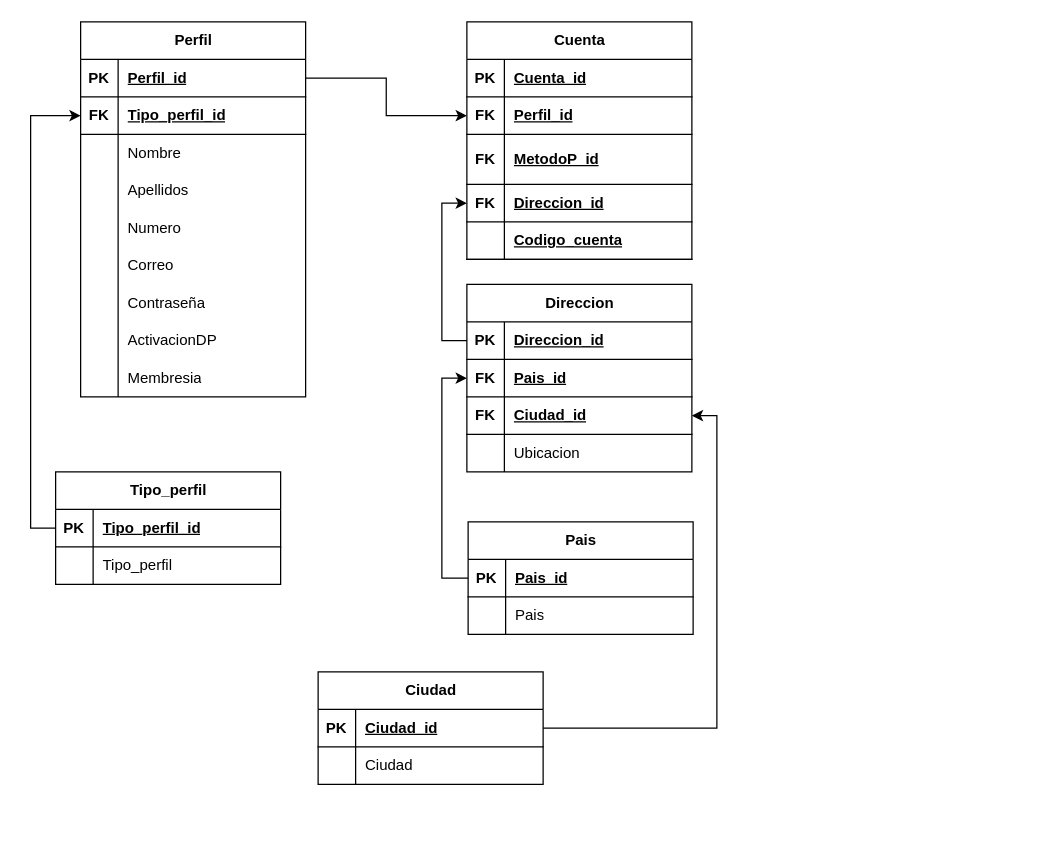
Earlier version of the draw.io diagram TIenda_Diagrama.drawio (Theking1660/Tienda_Web). Source tidied: cells renumbered, new cells numbered last; positions are measured from the earlier drawing's top-left corner, leaving out a move shared by most shapes. Both pictures are drawn from the tidied source at 125%, with x=0, y=0 at pixel (55, 21).
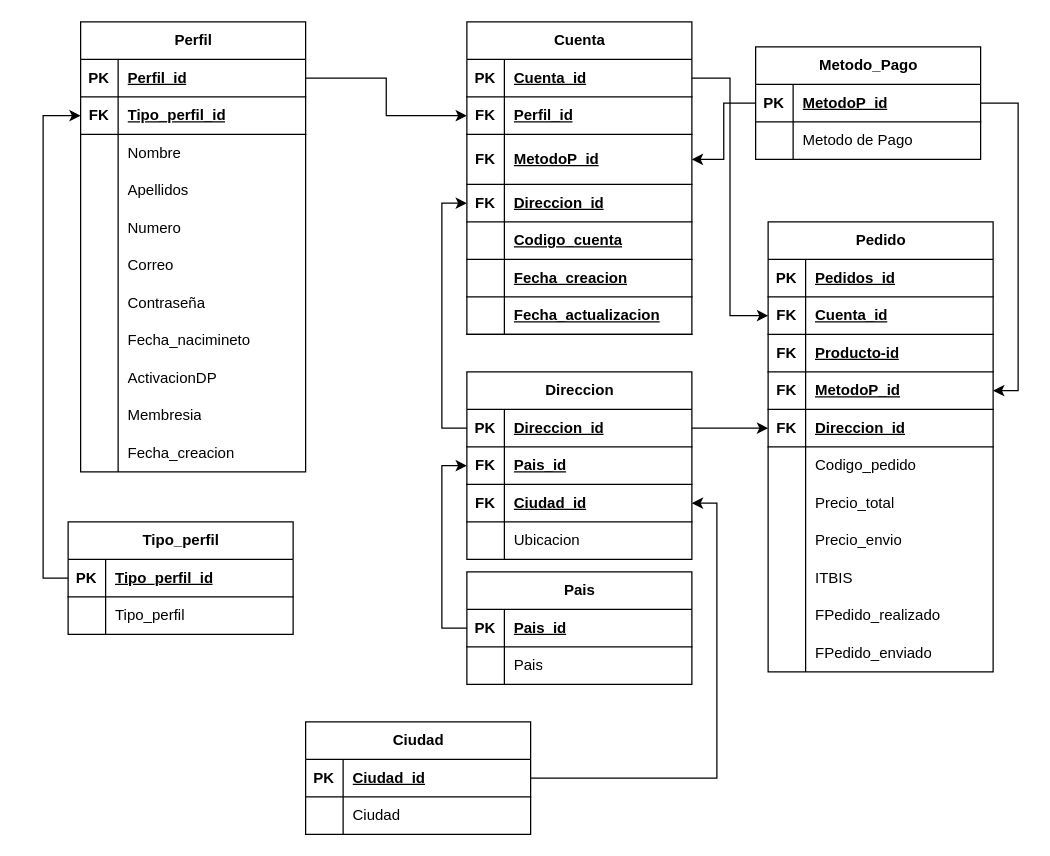
Above is the later version.

Unchanged cells that the change refers to:
```xml
<mxCell id="31" style="shape=tableRow;horizontal=0;startSize=0;swimlaneHead=0;swimlaneBody=0;fillColor=none;points=[[0,0.5],[1,0.5]];portConstraint=eastwest;top=0;left=0;right=0;bottom=1;" parent="30" vertex="1">
  <mxGeometry y="30" width="180" height="30" as="geometry" />
</mxCell>
<mxCell id="37" style="shape=tableRow;horizontal=0;startSize=0;swimlaneHead=0;swimlaneBody=0;fillColor=none;points=[[0,0.5],[1,0.5]];portConstraint=eastwest;top=0;left=0;right=0;bottom=1;" parent="30" vertex="1">
  <mxGeometry y="90" width="180" height="40" as="geometry" />
</mxCell>
<mxCell id="56" style="shape=tableRow;horizontal=0;startSize=0;swimlaneHead=0;swimlaneBody=0;fillColor=none;points=[[0,0.5],[1,0.5]];portConstraint=eastwest;top=0;left=0;right=0;bottom=1;" parent="55" vertex="1">
  <mxGeometry y="30" width="180" height="30" as="geometry" />
</mxCell>
```

The edit, as a diff of the source:
```diff
@@
     <mxCell id="2" value="Perfil" style="shape=table;startSize=30;childLayout=tableLayout;rowLines=0;fontStyle=1;align=center;html=1;" parent="1" vertex="1">
-      <mxGeometry x="20" width="180" height="300" as="geometry" />
+      <mxGeometry x="20" width="180" height="360" as="geometry" />
     </mxCell>
@@
+    <mxCell id="85" style="shape=tableRow;horizontal=0;startSize=0;swimlaneHead=0;swimlaneBody=0;fillColor=none;top=0;left=0;right=0;bottom=0;" parent="2" vertex="1">
+      <mxGeometry y="240" width="180" height="30" as="geometry" />
+    </mxCell>
+    <mxCell id="86" style="shape=partialRectangle;fillColor=none;top=0;left=0;bottom=0;right=0;overflow=hidden;whiteSpace=wrap;html=1;" parent="85" vertex="1">
+      <mxGeometry width="30" height="30" as="geometry" />
+    </mxCell>
+    <mxCell id="87" value="Fecha_nacimineto" style="shape=partialRectangle;fillColor=none;top=0;left=0;bottom=0;right=0;align=left;spacingLeft=6;overflow=hidden;whiteSpace=wrap;html=1;" parent="85" vertex="1">
+      <mxGeometry x="30" width="150" height="30" as="geometry" />
+    </mxCell>
     <mxCell id="24" style="shape=tableRow;horizontal=0;startSize=0;swimlaneHead=0;swimlaneBody=0;fillColor=none;top=0;left=0;right=0;bottom=0;" parent="2" vertex="1">
-      <mxGeometry y="240" width="180" height="30" as="geometry" />
+      <mxGeometry y="270" width="180" height="30" as="geometry" />
     </mxCell>
@@
     <mxCell id="27" style="shape=tableRow;horizontal=0;startSize=0;swimlaneHead=0;swimlaneBody=0;fillColor=none;top=0;left=0;right=0;bottom=0;" parent="2" vertex="1">
-      <mxGeometry y="270" width="180" height="30" as="geometry" />
+      <mxGeometry y="300" width="180" height="30" as="geometry" />
     </mxCell>
@@
+    <mxCell id="88" style="shape=tableRow;horizontal=0;startSize=0;swimlaneHead=0;swimlaneBody=0;fillColor=none;top=0;left=0;right=0;bottom=0;" parent="2" vertex="1">
+      <mxGeometry y="330" width="180" height="30" as="geometry" />
+    </mxCell>
+    <mxCell id="89" style="shape=partialRectangle;fillColor=none;top=0;left=0;bottom=0;right=0;overflow=hidden;whiteSpace=wrap;html=1;" parent="88" vertex="1">
+      <mxGeometry width="30" height="30" as="geometry" />
+    </mxCell>
+    <mxCell id="90" value="Fecha_creacion" style="shape=partialRectangle;fillColor=none;top=0;left=0;bottom=0;right=0;align=left;spacingLeft=6;overflow=hidden;whiteSpace=wrap;html=1;" parent="88" vertex="1">
+      <mxGeometry x="30" width="150" height="30" as="geometry" />
+    </mxCell>
     <mxCell id="30" value="Cuenta" style="shape=table;startSize=30;childLayout=tableLayout;rowLines=0;fontStyle=1;align=center;html=1;" parent="1" vertex="1">
-      <mxGeometry x="329" width="180" height="190" as="geometry" />
+      <mxGeometry x="329" width="180" height="250" as="geometry" />
     </mxCell>
@@
+    <mxCell id="91" style="shape=tableRow;horizontal=0;startSize=0;swimlaneHead=0;swimlaneBody=0;fillColor=none;top=0;left=0;right=0;bottom=1;" parent="30" vertex="1">
+      <mxGeometry y="160" width="180" height="30" as="geometry" />
+    </mxCell>
+    <mxCell id="92" style="shape=partialRectangle;fillColor=none;top=0;left=0;bottom=0;right=0;fontStyle=1;overflow=hidden;whiteSpace=wrap;html=1;" parent="91" vertex="1">
+      <mxGeometry width="30" height="30" as="geometry" />
+    </mxCell>
+    <mxCell id="93" value="Codigo_cuenta" style="shape=partialRectangle;fillColor=none;top=0;left=0;bottom=0;right=0;align=left;spacingLeft=6;fontStyle=5;overflow=hidden;whiteSpace=wrap;html=1;" parent="91" vertex="1">
+      <mxGeometry x="30" width="150" height="30" as="geometry" />
+    </mxCell>
+    <mxCell id="94" style="shape=tableRow;horizontal=0;startSize=0;swimlaneHead=0;swimlaneBody=0;fillColor=none;top=0;left=0;right=0;bottom=1;" parent="30" vertex="1">
+      <mxGeometry y="190" width="180" height="30" as="geometry" />
+    </mxCell>
+    <mxCell id="95" style="shape=partialRectangle;fillColor=none;top=0;left=0;bottom=0;right=0;fontStyle=1;overflow=hidden;whiteSpace=wrap;html=1;" parent="94" vertex="1">
+      <mxGeometry width="30" height="30" as="geometry" />
+    </mxCell>
+    <mxCell id="96" value="Fecha_creacion" style="shape=partialRectangle;fillColor=none;top=0;left=0;bottom=0;right=0;align=left;spacingLeft=6;fontStyle=5;overflow=hidden;whiteSpace=wrap;html=1;" parent="94" vertex="1">
+      <mxGeometry x="30" width="150" height="30" as="geometry" />
+    </mxCell>
     <mxCell id="43" style="shape=tableRow;horizontal=0;startSize=0;swimlaneHead=0;swimlaneBody=0;fillColor=none;top=0;left=0;right=0;bottom=1;" parent="30" vertex="1">
-      <mxGeometry y="160" width="180" height="30" as="geometry" />
+      <mxGeometry y="220" width="180" height="30" as="geometry" />
     </mxCell>
@@
-    <mxCell id="45" value="Codigo_cuenta" style="shape=partialRectangle;fillColor=none;top=0;left=0;bottom=0;right=0;align=left;spacingLeft=6;fontStyle=5;overflow=hidden;whiteSpace=wrap;html=1;" parent="43" vertex="1">
+    <mxCell id="45" value="Fecha_actualizacion" style="shape=partialRectangle;fillColor=none;top=0;left=0;bottom=0;right=0;align=left;spacingLeft=6;fontStyle=5;overflow=hidden;whiteSpace=wrap;html=1;" parent="43" vertex="1">
       <mxGeometry x="30" width="150" height="30" as="geometry" />
     </mxCell>
@@
     <mxCell id="47" value="Tipo_perfil" style="shape=table;startSize=30;childLayout=tableLayout;rowLines=0;fontStyle=1;align=center;html=1;" parent="1" vertex="1">
-      <mxGeometry y="360" width="180" height="90" as="geometry" />
+      <mxGeometry x="10" y="400" width="180" height="90" as="geometry" />
     </mxCell>
@@
     <mxCell id="55" value="Direccion" style="shape=table;startSize=30;childLayout=tableLayout;rowLines=0;fontStyle=1;align=center;html=1;" parent="1" vertex="1">
-      <mxGeometry x="329" y="210" width="180" height="150" as="geometry" />
+      <mxGeometry x="329" y="280" width="180" height="150" as="geometry" />
     </mxCell>
@@
     <mxCell id="69" value="Pais" style="shape=table;startSize=30;childLayout=tableLayout;rowLines=0;fontStyle=1;align=center;html=1;" parent="1" vertex="1">
-      <mxGeometry x="330" y="400" width="180" height="90" as="geometry" />
+      <mxGeometry x="329" y="440" width="180" height="90" as="geometry" />
     </mxCell>
@@
     <mxCell id="77" value="Ciudad" style="shape=table;startSize=30;childLayout=tableLayout;rowLines=0;fontStyle=1;align=center;html=1;" parent="1" vertex="1">
-      <mxGeometry x="210" y="520" width="180" height="90" as="geometry" />
+      <mxGeometry x="200" y="560" width="180" height="90" as="geometry" />
     </mxCell>
@@
+    <mxCell id="97" value="Metodo_Pago" style="shape=table;startSize=30;childLayout=tableLayout;rowLines=0;fontStyle=1;align=center;html=1;" parent="1" vertex="1">
+      <mxGeometry x="560" y="20" width="180" height="90" as="geometry" />
+    </mxCell>
+    <mxCell id="98" style="shape=tableRow;horizontal=0;startSize=0;swimlaneHead=0;swimlaneBody=0;fillColor=none;points=[[0,0.5],[1,0.5]];portConstraint=eastwest;top=0;left=0;right=0;bottom=1;" parent="97" vertex="1">
+      <mxGeometry y="30" width="180" height="30" as="geometry" />
+    </mxCell>
+    <mxCell id="99" value="PK" style="shape=partialRectangle;fillColor=none;top=0;left=0;bottom=0;right=0;fontStyle=1;overflow=hidden;whiteSpace=wrap;html=1;" parent="98" vertex="1">
+      <mxGeometry width="30" height="30" as="geometry" />
+    </mxCell>
+    <mxCell id="100" value="MetodoP_id" style="shape=partialRectangle;fillColor=none;top=0;left=0;bottom=0;right=0;align=left;spacingLeft=6;fontStyle=5;overflow=hidden;whiteSpace=wrap;html=1;" parent="98" vertex="1">
+      <mxGeometry x="30" width="150" height="30" as="geometry" />
+    </mxCell>
+    <mxCell id="101" style="shape=tableRow;horizontal=0;startSize=0;swimlaneHead=0;swimlaneBody=0;fillColor=none;top=0;left=0;right=0;bottom=0;" parent="97" vertex="1">
+      <mxGeometry y="60" width="180" height="30" as="geometry" />
+    </mxCell>
+    <mxCell id="102" style="shape=partialRectangle;fillColor=none;top=0;left=0;bottom=0;right=0;overflow=hidden;whiteSpace=wrap;html=1;" parent="101" vertex="1">
+      <mxGeometry width="30" height="30" as="geometry" />
+    </mxCell>
+    <mxCell id="103" value="Metodo de Pago" style="shape=partialRectangle;fillColor=none;top=0;left=0;bottom=0;right=0;align=left;spacingLeft=6;overflow=hidden;whiteSpace=wrap;html=1;" parent="101" vertex="1">
+      <mxGeometry x="30" width="150" height="30" as="geometry" />
+    </mxCell>
+    <mxCell id="104" style="edgeStyle=orthogonalEdgeStyle;rounded=0;jettySize=auto;html=1;entryX=1;entryY=0.5;entryDx=0;entryDy=0;" parent="1" edge="1" source="98" target="37">
+      <mxGeometry relative="1" as="geometry" />
+    </mxCell>
+    <mxCell id="105" value="Pedido" style="shape=table;startSize=30;childLayout=tableLayout;rowLines=0;fontStyle=1;align=center;html=1;" parent="1" vertex="1">
+      <mxGeometry x="570" y="160" width="180" height="360" as="geometry" />
+    </mxCell>
+    <mxCell id="106" style="shape=tableRow;horizontal=0;startSize=0;swimlaneHead=0;swimlaneBody=0;fillColor=none;top=0;left=0;right=0;bottom=1;" parent="105" vertex="1">
+      <mxGeometry y="30" width="180" height="30" as="geometry" />
+    </mxCell>
+    <mxCell id="107" value="PK" style="shape=partialRectangle;fillColor=none;top=0;left=0;bottom=0;right=0;fontStyle=1;overflow=hidden;whiteSpace=wrap;html=1;" parent="106" vertex="1">
+      <mxGeometry width="30" height="30" as="geometry" />
+    </mxCell>
+    <mxCell id="108" value="Pedidos_id" style="shape=partialRectangle;fillColor=none;top=0;left=0;bottom=0;right=0;align=left;spacingLeft=6;fontStyle=5;overflow=hidden;whiteSpace=wrap;html=1;" parent="106" vertex="1">
+      <mxGeometry x="30" width="150" height="30" as="geometry" />
+    </mxCell>
+    <mxCell id="109" style="shape=tableRow;horizontal=0;startSize=0;swimlaneHead=0;swimlaneBody=0;fillColor=none;points=[[0,0.5],[1,0.5]];portConstraint=eastwest;top=0;left=0;right=0;bottom=1;" parent="105" vertex="1">
+      <mxGeometry y="60" width="180" height="30" as="geometry" />
+    </mxCell>
+    <mxCell id="110" value="FK" style="shape=partialRectangle;fillColor=none;top=0;left=0;bottom=0;right=0;fontStyle=1;overflow=hidden;whiteSpace=wrap;html=1;" parent="109" vertex="1">
+      <mxGeometry width="30" height="30" as="geometry" />
+    </mxCell>
+    <mxCell id="111" value="Cuenta_id" style="shape=partialRectangle;fillColor=none;top=0;left=0;bottom=0;right=0;align=left;spacingLeft=6;fontStyle=5;overflow=hidden;whiteSpace=wrap;html=1;" parent="109" vertex="1">
+      <mxGeometry x="30" width="150" height="30" as="geometry" />
+    </mxCell>
+    <mxCell id="112" style="shape=tableRow;horizontal=0;startSize=0;swimlaneHead=0;swimlaneBody=0;fillColor=none;top=0;left=0;right=0;bottom=1;" parent="105" vertex="1">
+      <mxGeometry y="90" width="180" height="30" as="geometry" />
+    </mxCell>
+    <mxCell id="113" value="FK" style="shape=partialRectangle;fillColor=none;top=0;left=0;bottom=0;right=0;fontStyle=1;overflow=hidden;whiteSpace=wrap;html=1;" parent="112" vertex="1">
+      <mxGeometry width="30" height="30" as="geometry" />
+    </mxCell>
+    <mxCell id="114" value="Producto-id" style="shape=partialRectangle;fillColor=none;top=0;left=0;bottom=0;right=0;align=left;spacingLeft=6;fontStyle=5;overflow=hidden;whiteSpace=wrap;html=1;" parent="112" vertex="1">
+      <mxGeometry x="30" width="150" height="30" as="geometry" />
+    </mxCell>
+    <mxCell id="115" style="shape=tableRow;horizontal=0;startSize=0;swimlaneHead=0;swimlaneBody=0;fillColor=none;points=[[0,0.5],[1,0.5]];portConstraint=eastwest;top=0;left=0;right=0;bottom=1;" parent="105" vertex="1">
+      <mxGeometry y="120" width="180" height="30" as="geometry" />
+    </mxCell>
+    <mxCell id="116" value="FK" style="shape=partialRectangle;fillColor=none;top=0;left=0;bottom=0;right=0;fontStyle=1;overflow=hidden;whiteSpace=wrap;html=1;" parent="115" vertex="1">
+      <mxGeometry width="30" height="30" as="geometry" />
+    </mxCell>
+    <mxCell id="117" value="MetodoP_id" style="shape=partialRectangle;fillColor=none;top=0;left=0;bottom=0;right=0;align=left;spacingLeft=6;fontStyle=5;overflow=hidden;whiteSpace=wrap;html=1;" parent="115" vertex="1">
+      <mxGeometry x="30" width="150" height="30" as="geometry" />
+    </mxCell>
+    <mxCell id="118" style="shape=tableRow;horizontal=0;startSize=0;swimlaneHead=0;swimlaneBody=0;fillColor=none;points=[[0,0.5],[1,0.5]];portConstraint=eastwest;top=0;left=0;right=0;bottom=1;" parent="105" vertex="1">
+      <mxGeometry y="150" width="180" height="30" as="geometry" />
+    </mxCell>
+    <mxCell id="119" value="FK" style="shape=partialRectangle;fillColor=none;top=0;left=0;bottom=0;right=0;fontStyle=1;overflow=hidden;whiteSpace=wrap;html=1;" parent="118" vertex="1">
+      <mxGeometry width="30" height="30" as="geometry" />
+    </mxCell>
+    <mxCell id="120" value="Direccion_id" style="shape=partialRectangle;fillColor=none;top=0;left=0;bottom=0;right=0;align=left;spacingLeft=6;fontStyle=5;overflow=hidden;whiteSpace=wrap;html=1;" parent="118" vertex="1">
+      <mxGeometry x="30" width="150" height="30" as="geometry" />
+    </mxCell>
+    <mxCell id="121" style="shape=tableRow;horizontal=0;startSize=0;swimlaneHead=0;swimlaneBody=0;fillColor=none;top=0;left=0;right=0;bottom=0;" parent="105" vertex="1">
+      <mxGeometry y="180" width="180" height="30" as="geometry" />
+    </mxCell>
+    <mxCell id="122" style="shape=partialRectangle;fillColor=none;top=0;left=0;bottom=0;right=0;overflow=hidden;whiteSpace=wrap;html=1;" parent="121" vertex="1">
+      <mxGeometry width="30" height="30" as="geometry" />
+    </mxCell>
+    <mxCell id="123" value="Codigo_pedido" style="shape=partialRectangle;fillColor=none;top=0;left=0;bottom=0;right=0;align=left;spacingLeft=6;overflow=hidden;whiteSpace=wrap;html=1;" parent="121" vertex="1">
+      <mxGeometry x="30" width="150" height="30" as="geometry" />
+    </mxCell>
+    <mxCell id="124" style="shape=tableRow;horizontal=0;startSize=0;swimlaneHead=0;swimlaneBody=0;fillColor=none;top=0;left=0;right=0;bottom=0;" parent="105" vertex="1">
+      <mxGeometry y="210" width="180" height="30" as="geometry" />
+    </mxCell>
+    <mxCell id="125" style="shape=partialRectangle;fillColor=none;top=0;left=0;bottom=0;right=0;overflow=hidden;whiteSpace=wrap;html=1;" parent="124" vertex="1">
+      <mxGeometry width="30" height="30" as="geometry" />
+    </mxCell>
+    <mxCell id="126" value="Precio_total" style="shape=partialRectangle;fillColor=none;top=0;left=0;bottom=0;right=0;align=left;spacingLeft=6;overflow=hidden;whiteSpace=wrap;html=1;" parent="124" vertex="1">
+      <mxGeometry x="30" width="150" height="30" as="geometry" />
+    </mxCell>
+    <mxCell id="127" style="shape=tableRow;horizontal=0;startSize=0;swimlaneHead=0;swimlaneBody=0;fillColor=none;top=0;left=0;right=0;bottom=0;" parent="105" vertex="1">
+      <mxGeometry y="240" width="180" height="30" as="geometry" />
+    </mxCell>
+    <mxCell id="128" style="shape=partialRectangle;fillColor=none;top=0;left=0;bottom=0;right=0;overflow=hidden;whiteSpace=wrap;html=1;" parent="127" vertex="1">
+      <mxGeometry width="30" height="30" as="geometry" />
+    </mxCell>
+    <mxCell id="129" value="Precio_envio" style="shape=partialRectangle;fillColor=none;top=0;left=0;bottom=0;right=0;align=left;spacingLeft=6;overflow=hidden;whiteSpace=wrap;html=1;" parent="127" vertex="1">
+      <mxGeometry x="30" width="150" height="30" as="geometry" />
+    </mxCell>
+    <mxCell id="130" style="shape=tableRow;horizontal=0;startSize=0;swimlaneHead=0;swimlaneBody=0;fillColor=none;top=0;left=0;right=0;bottom=0;" parent="105" vertex="1">
+      <mxGeometry y="270" width="180" height="30" as="geometry" />
+    </mxCell>
+    <mxCell id="131" style="shape=partialRectangle;fillColor=none;top=0;left=0;bottom=0;right=0;overflow=hidden;whiteSpace=wrap;html=1;" parent="130" vertex="1">
+      <mxGeometry width="30" height="30" as="geometry" />
+    </mxCell>
+    <mxCell id="132" value="ITBIS" style="shape=partialRectangle;fillColor=none;top=0;left=0;bottom=0;right=0;align=left;spacingLeft=6;overflow=hidden;whiteSpace=wrap;html=1;" parent="130" vertex="1">
+      <mxGeometry x="30" width="150" height="30" as="geometry" />
+    </mxCell>
+    <mxCell id="133" style="shape=tableRow;horizontal=0;startSize=0;swimlaneHead=0;swimlaneBody=0;fillColor=none;top=0;left=0;right=0;bottom=0;" parent="105" vertex="1">
+      <mxGeometry y="300" width="180" height="30" as="geometry" />
+    </mxCell>
+    <mxCell id="134" style="shape=partialRectangle;fillColor=none;top=0;left=0;bottom=0;right=0;overflow=hidden;whiteSpace=wrap;html=1;" parent="133" vertex="1">
+      <mxGeometry width="30" height="30" as="geometry" />
+    </mxCell>
+    <mxCell id="135" value="FPedido_realizado" style="shape=partialRectangle;fillColor=none;top=0;left=0;bottom=0;right=0;align=left;spacingLeft=6;overflow=hidden;whiteSpace=wrap;html=1;" parent="133" vertex="1">
+      <mxGeometry x="30" width="150" height="30" as="geometry" />
+    </mxCell>
+    <mxCell id="136" style="shape=tableRow;horizontal=0;startSize=0;swimlaneHead=0;swimlaneBody=0;fillColor=none;top=0;left=0;right=0;bottom=0;" parent="105" vertex="1">
+      <mxGeometry y="330" width="180" height="30" as="geometry" />
+    </mxCell>
+    <mxCell id="137" style="shape=partialRectangle;fillColor=none;top=0;left=0;bottom=0;right=0;overflow=hidden;whiteSpace=wrap;html=1;" parent="136" vertex="1">
+      <mxGeometry width="30" height="30" as="geometry" />
+    </mxCell>
+    <mxCell id="138" value="FPedido_enviado" style="shape=partialRectangle;fillColor=none;top=0;left=0;bottom=0;right=0;align=left;spacingLeft=6;overflow=hidden;whiteSpace=wrap;html=1;" parent="136" vertex="1">
+      <mxGeometry x="30" width="150" height="30" as="geometry" />
+    </mxCell>
+    <mxCell id="139" style="edgeStyle=orthogonalEdgeStyle;rounded=0;jettySize=auto;html=1;entryX=0;entryY=0.5;entryDx=0;entryDy=0;" parent="1" edge="1" source="31" target="109">
+      <mxGeometry relative="1" as="geometry" />
+    </mxCell>
+    <mxCell id="140" style="edgeStyle=orthogonalEdgeStyle;rounded=0;jettySize=auto;html=1;entryX=1;entryY=0.5;entryDx=0;entryDy=0;" parent="1" edge="1" source="98" target="115">
+      <mxGeometry relative="1" as="geometry" />
+    </mxCell>
+    <mxCell id="141" style="edgeStyle=orthogonalEdgeStyle;rounded=0;jettySize=auto;html=1;entryX=0;entryY=0.5;entryDx=0;entryDy=0;" parent="1" edge="1" source="56" target="118">
+      <mxGeometry relative="1" as="geometry" />
+    </mxCell>
```
